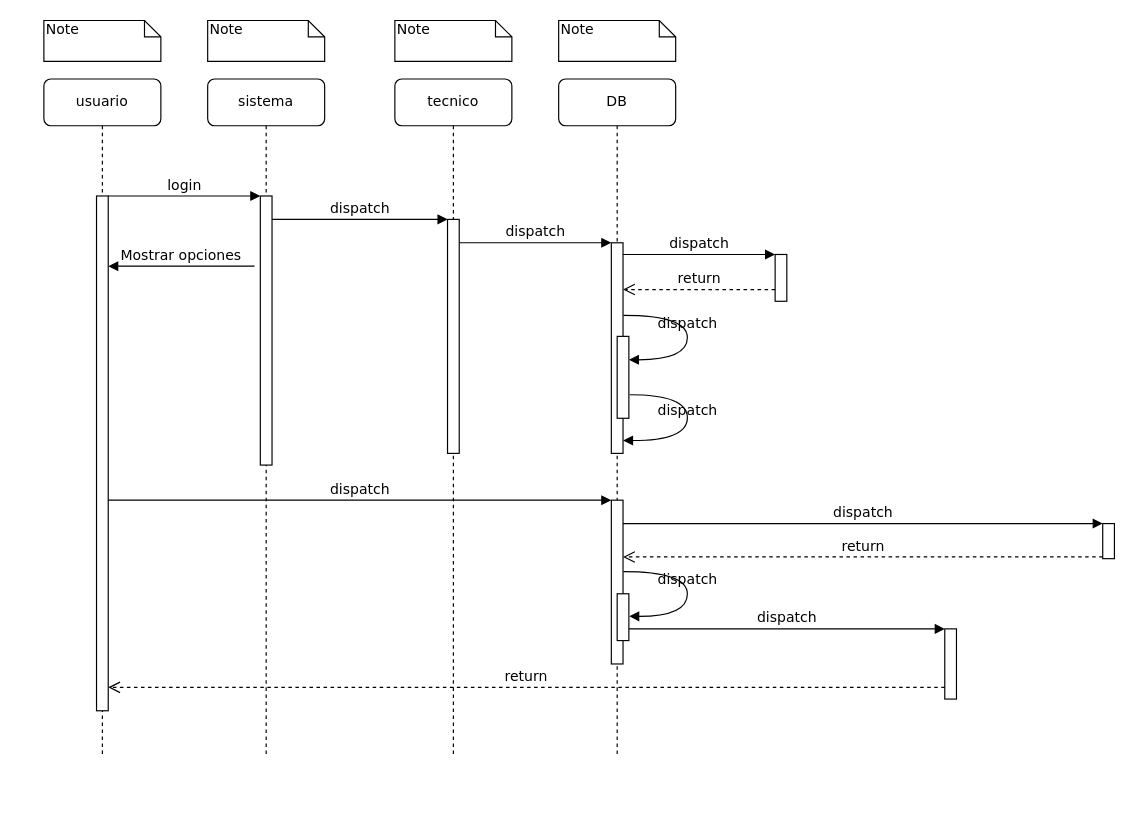
The draw.io diagram Diagrama de secuencia.drawio in lanza318/Documentacion, before the edit. Source tidied: cells renumbered, new cells numbered last; positions are measured from the earlier drawing's top-left corner, leaving out a move shared by most shapes. Both pictures are drawn from the tidied source at 117%, with x=0, y=0 at pixel (43, 20).
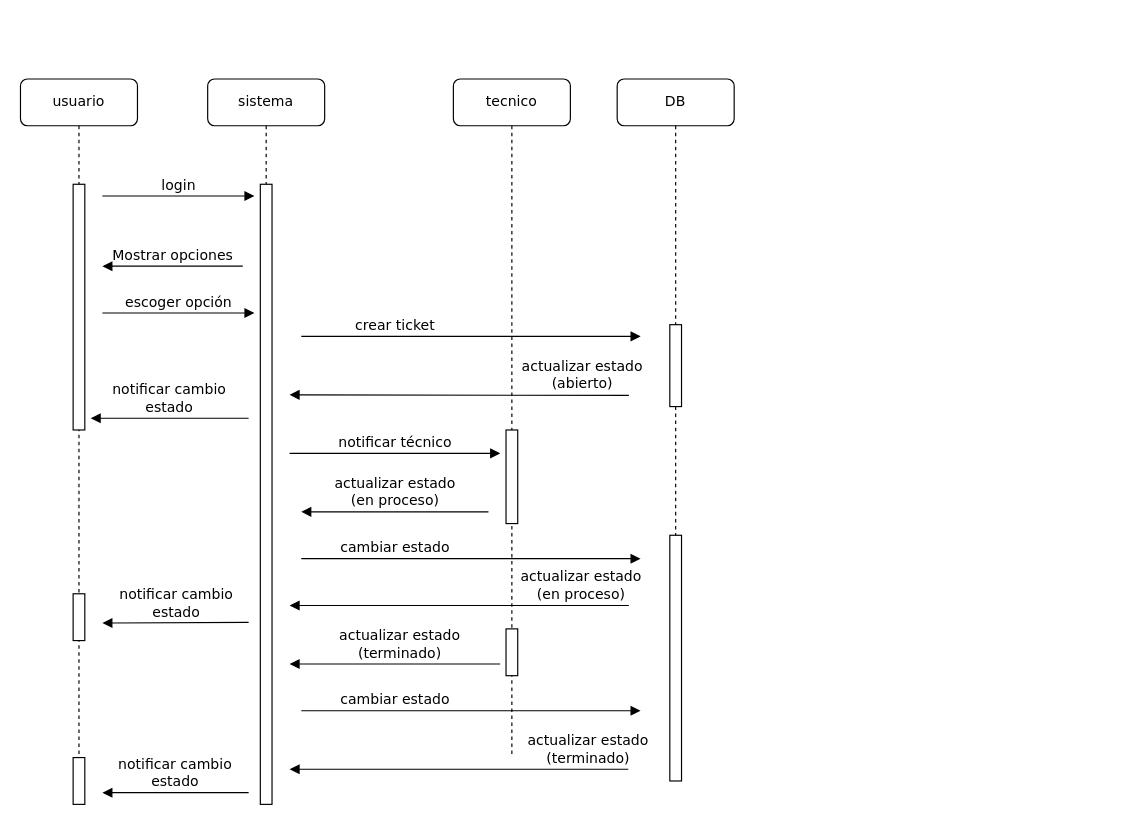
The same page after the edit.

What changed in the source:
```diff
@@
     <mxCell id="2" value="sistema" style="shape=umlLifeline;perimeter=lifelinePerimeter;whiteSpace=wrap;html=1;rounded=1;shadow=0;comic=0;labelBackgroundColor=none;strokeWidth=1;fontFamily=Verdana;fontSize=12;align=center;" parent="1" vertex="1">
-      <mxGeometry x="140" y="50" width="100" height="580" as="geometry" />
+      <mxGeometry x="140" y="50" width="100" height="620" as="geometry" />
     </mxCell>
     <mxCell id="3" style="html=1;points=[];perimeter=orthogonalPerimeter;rounded=0;shadow=0;comic=0;labelBackgroundColor=none;strokeWidth=1;fontFamily=Verdana;fontSize=12;align=center;" parent="2" vertex="1">
-      <mxGeometry x="45" y="100" width="10" height="230" as="geometry" />
+      <mxGeometry x="45" y="90" width="10" height="530" as="geometry" />
     </mxCell>
+    <mxCell id="9" value="Mostrar opciones" style="html=1;verticalAlign=bottom;endArrow=block;labelBackgroundColor=none;fontFamily=Verdana;fontSize=12;edgeStyle=elbowEdgeStyle;elbow=vertical;" parent="2" edge="1">
+      <mxGeometry relative="1" as="geometry">
+        <mxPoint x="30" y="160" as="sourcePoint" />
+        <mxPoint x="-90" y="160" as="targetPoint" />
+      </mxGeometry>
+    </mxCell>
+    <mxCell id="34" value="actualizar estado&lt;div&gt;(terminado)&lt;/div&gt;" style="html=1;verticalAlign=bottom;endArrow=block;labelBackgroundColor=none;fontFamily=Verdana;fontSize=12;edgeStyle=elbowEdgeStyle;elbow=vertical;" parent="2" edge="1">
+      <mxGeometry x="-0.04" relative="1" as="geometry">
+        <mxPoint x="250" y="500" as="sourcePoint" />
+        <mxPoint x="70" y="500" as="targetPoint" />
+      </mxGeometry>
+    </mxCell>
+    <mxCell id="35" value="cambiar estado" style="html=1;verticalAlign=bottom;endArrow=block;labelBackgroundColor=none;fontFamily=Verdana;fontSize=12;edgeStyle=elbowEdgeStyle;elbow=vertical;" parent="2" edge="1">
+      <mxGeometry x="-0.45" relative="1" as="geometry">
+        <mxPoint x="80" y="540" as="sourcePoint" />
+        <mxPoint x="370" y="540" as="targetPoint" />
+      </mxGeometry>
+    </mxCell>
+    <mxCell id="36" value="actualizar estado&lt;div&gt;(terminado)&lt;/div&gt;" style="html=1;verticalAlign=bottom;endArrow=block;labelBackgroundColor=none;fontFamily=Verdana;fontSize=12;edgeStyle=elbowEdgeStyle;elbow=vertical;" parent="2" edge="1">
+      <mxGeometry x="-0.76" relative="1" as="geometry">
+        <mxPoint x="359.5" y="590" as="sourcePoint" />
+        <mxPoint x="70" y="590" as="targetPoint" />
+        <Array as="points">
+          <mxPoint x="325" y="590" />
+        </Array>
+      </mxGeometry>
+    </mxCell>
-    <mxCell id="4" value="tecnico" style="shape=umlLifeline;perimeter=lifelinePerimeter;whiteSpace=wrap;html=1;rounded=1;shadow=0;comic=0;labelBackgroundColor=none;strokeWidth=1;fontFamily=Verdana;fontSize=12;align=center;" parent="1" vertex="1">
-      <mxGeometry x="300" y="50" width="100" height="580" as="geometry" />
+    <mxCell id="4" value="tecnico" style="shape=umlLifeline;perimeter=lifelinePerimeter;whiteSpace=wrap;html=1;rounded=1;shadow=0;comic=0;labelBackgroundColor=none;strokeWidth=1;fontFamily=Verdana;fontSize=12;align=center;strokeColor=default;" parent="1" vertex="1">
+      <mxGeometry x="350" y="50" width="100" height="580" as="geometry" />
     </mxCell>
-    <mxCell id="5" style="html=1;points=[];perimeter=orthogonalPerimeter;rounded=0;shadow=0;comic=0;labelBackgroundColor=none;strokeWidth=1;fontFamily=Verdana;fontSize=12;align=center;" parent="4" vertex="1">
-      <mxGeometry x="45" y="120" width="10" height="200" as="geometry" />
-    </mxCell>
+    <mxCell id="37" style="html=1;perimeter=orthogonalPerimeter;rounded=0;shadow=0;comic=0;labelBackgroundColor=none;strokeWidth=1;fontFamily=Verdana;fontSize=12;align=center;" parent="4" vertex="1">
+      <mxGeometry x="45" y="300" width="10" height="80" as="geometry" />
+    </mxCell>
+    <mxCell id="38" style="html=1;perimeter=orthogonalPerimeter;rounded=0;shadow=0;comic=0;labelBackgroundColor=none;strokeWidth=1;fontFamily=Verdana;fontSize=12;align=center;" parent="4" vertex="1">
+      <mxGeometry x="45" y="470" width="10" height="40" as="geometry" />
+    </mxCell>
     <mxCell id="6" value="DB" style="shape=umlLifeline;perimeter=lifelinePerimeter;whiteSpace=wrap;html=1;rounded=1;shadow=0;comic=0;labelBackgroundColor=none;strokeWidth=1;fontFamily=Verdana;fontSize=12;align=center;" parent="1" vertex="1">
-      <mxGeometry x="440" y="50" width="100" height="580" as="geometry" />
+      <mxGeometry x="490" y="50" width="100" height="580" as="geometry" />
     </mxCell>
     <mxCell id="7" value="usuario" style="shape=umlLifeline;perimeter=lifelinePerimeter;whiteSpace=wrap;html=1;rounded=1;shadow=0;comic=0;labelBackgroundColor=none;strokeWidth=1;fontFamily=Verdana;fontSize=12;align=center;" parent="1" vertex="1">
-      <mxGeometry y="50" width="100" height="580" as="geometry" />
+      <mxGeometry x="-20" y="50" width="100" height="620" as="geometry" />
     </mxCell>
     <mxCell id="8" style="html=1;points=[];perimeter=orthogonalPerimeter;rounded=0;shadow=0;comic=0;labelBackgroundColor=none;strokeWidth=1;fontFamily=Verdana;fontSize=12;align=center;" parent="7" vertex="1">
-      <mxGeometry x="45" y="100" width="10" height="440" as="geometry" />
+      <mxGeometry x="45" y="90" width="10" height="210" as="geometry" />
     </mxCell>
-    <mxCell id="9" value="Mostrar opciones" style="html=1;verticalAlign=bottom;endArrow=block;entryX=0;entryY=0;labelBackgroundColor=none;fontFamily=Verdana;fontSize=12;edgeStyle=elbowEdgeStyle;elbow=vertical;" parent="7" edge="1">
-      <mxGeometry relative="1" as="geometry">
-        <mxPoint x="180" y="160" as="sourcePoint" />
-        <mxPoint x="55" y="160" as="targetPoint" />
-      </mxGeometry>
-    </mxCell>
+    <mxCell id="39" style="html=1;perimeter=orthogonalPerimeter;rounded=0;shadow=0;comic=0;labelBackgroundColor=none;strokeWidth=1;fontFamily=Verdana;fontSize=12;align=center;" parent="7" vertex="1">
+      <mxGeometry x="45" y="440" width="10" height="40" as="geometry" />
+    </mxCell>
+    <mxCell id="40" style="html=1;perimeter=orthogonalPerimeter;rounded=0;shadow=0;comic=0;labelBackgroundColor=none;strokeWidth=1;fontFamily=Verdana;fontSize=12;align=center;" parent="7" vertex="1">
+      <mxGeometry x="45" y="580" width="10" height="40" as="geometry" />
+    </mxCell>
     <mxCell id="10" style="html=1;points=[];perimeter=orthogonalPerimeter;rounded=0;shadow=0;comic=0;labelBackgroundColor=none;strokeWidth=1;fontFamily=Verdana;fontSize=12;align=center;" parent="1" vertex="1">
-      <mxGeometry x="485" y="190" width="10" height="180" as="geometry" />
+      <mxGeometry x="535" y="260" width="10" height="70" as="geometry" />
     </mxCell>
-    <mxCell id="11" value="dispatch" style="html=1;verticalAlign=bottom;endArrow=block;labelBackgroundColor=none;fontFamily=Verdana;fontSize=12;edgeStyle=elbowEdgeStyle;elbow=vertical;" parent="1" edge="1" source="5" target="10">
-      <mxGeometry relative="1" as="geometry">
-        <Array as="points">
-          <mxPoint x="360" y="190" />
-        </Array>
-      </mxGeometry>
-    </mxCell>
-    <mxCell id="12" style="html=1;points=[];perimeter=orthogonalPerimeter;rounded=0;shadow=0;comic=0;labelBackgroundColor=none;strokeWidth=1;fontFamily=Verdana;fontSize=12;align=center;" parent="1" vertex="1">
-      <mxGeometry x="625" y="200" width="10" height="40" as="geometry" />
-    </mxCell>
-    <mxCell id="13" value="dispatch" style="html=1;verticalAlign=bottom;endArrow=block;entryX=0;entryY=0;labelBackgroundColor=none;fontFamily=Verdana;fontSize=12;edgeStyle=elbowEdgeStyle;elbow=vertical;" parent="1" edge="1" source="10" target="12">
-      <mxGeometry relative="1" as="geometry" />
-    </mxCell>
-    <mxCell id="14" value="return" style="html=1;verticalAlign=bottom;endArrow=open;dashed=1;endSize=8;labelBackgroundColor=none;fontFamily=Verdana;fontSize=12;edgeStyle=elbowEdgeStyle;elbow=vertical;" parent="1" edge="1" source="12" target="10">
-      <mxGeometry relative="1" as="geometry">
-        <Array as="points">
-          <mxPoint x="570" y="230" />
-          <mxPoint x="600" y="230" />
-        </Array>
-      </mxGeometry>
-    </mxCell>
     <mxCell id="15" style="html=1;points=[];perimeter=orthogonalPerimeter;rounded=0;shadow=0;comic=0;labelBackgroundColor=none;strokeWidth=1;fontFamily=Verdana;fontSize=12;align=center;" parent="1" vertex="1">
-      <mxGeometry x="485" y="410" width="10" height="140" as="geometry" />
+      <mxGeometry x="535" y="440" width="10" height="210" as="geometry" />
     </mxCell>
-    <mxCell id="16" value="dispatch" style="html=1;verticalAlign=bottom;endArrow=block;entryX=0;entryY=0;labelBackgroundColor=none;fontFamily=Verdana;fontSize=12;" parent="1" edge="1" source="8" target="15">
-      <mxGeometry relative="1" as="geometry" />
-    </mxCell>
-    <mxCell id="17" style="html=1;points=[];perimeter=orthogonalPerimeter;rounded=0;shadow=0;comic=0;labelBackgroundColor=none;strokeColor=#000000;strokeWidth=1;fillColor=#FFFFFF;fontFamily=Verdana;fontSize=12;fontColor=#000000;align=center;" parent="1" vertex="1">
-      <mxGeometry x="905" y="430" width="10" height="30" as="geometry" />
-    </mxCell>
-    <mxCell id="18" value="dispatch" style="html=1;verticalAlign=bottom;endArrow=block;entryX=0;entryY=0;labelBackgroundColor=none;fontFamily=Verdana;fontSize=12;" parent="1" edge="1" source="15" target="17">
-      <mxGeometry relative="1" as="geometry" />
-    </mxCell>
-    <mxCell id="19" value="return" style="html=1;verticalAlign=bottom;endArrow=open;dashed=1;endSize=8;exitX=0;exitY=0.95;labelBackgroundColor=none;fontFamily=Verdana;fontSize=12;" parent="1" edge="1" source="17" target="15">
-      <mxGeometry relative="1" as="geometry" />
-    </mxCell>
-    <mxCell id="20" style="html=1;points=[];perimeter=orthogonalPerimeter;rounded=0;shadow=0;comic=0;labelBackgroundColor=none;strokeWidth=1;fontFamily=Verdana;fontSize=12;align=center;" parent="1" vertex="1">
-      <mxGeometry x="770" y="520" width="10" height="60" as="geometry" />
-    </mxCell>
-    <mxCell id="21" value="dispatch" style="html=1;verticalAlign=bottom;endArrow=block;entryX=0;entryY=0;labelBackgroundColor=none;fontFamily=Verdana;fontSize=12;edgeStyle=elbowEdgeStyle;elbow=vertical;" parent="1" edge="1" source="28" target="20">
-      <mxGeometry relative="1" as="geometry" />
-    </mxCell>
-    <mxCell id="22" value="return" style="html=1;verticalAlign=bottom;endArrow=open;dashed=1;endSize=8;labelBackgroundColor=none;fontFamily=Verdana;fontSize=12;edgeStyle=elbowEdgeStyle;elbow=vertical;" parent="1" edge="1" source="20" target="8">
-      <mxGeometry relative="1" as="geometry">
-        <Array as="points">
-          <mxPoint x="470" y="570" />
-        </Array>
-      </mxGeometry>
-    </mxCell>
+    <mxCell id="24" value="crear ticket" style="html=1;verticalAlign=bottom;endArrow=block;labelBackgroundColor=none;fontFamily=Verdana;fontSize=12;edgeStyle=elbowEdgeStyle;elbow=vertical;" parent="1" edge="1">
+      <mxGeometry x="-0.45" relative="1" as="geometry">
+        <mxPoint x="220" y="270" as="sourcePoint" />
+        <mxPoint x="510" y="270" as="targetPoint" />
+      </mxGeometry>
+    </mxCell>
-    <mxCell id="23" value="login" style="html=1;verticalAlign=bottom;endArrow=block;entryX=0;entryY=0;labelBackgroundColor=none;fontFamily=Verdana;fontSize=12;edgeStyle=elbowEdgeStyle;elbow=vertical;" parent="1" edge="1" source="8" target="3">
-      <mxGeometry relative="1" as="geometry" />
+    <mxCell id="23" value="login" style="html=1;verticalAlign=bottom;endArrow=block;labelBackgroundColor=none;fontFamily=Verdana;fontSize=12;edgeStyle=elbowEdgeStyle;elbow=vertical;" parent="1" edge="1">
+      <mxGeometry relative="1" as="geometry">
+        <mxPoint x="50" y="150" as="sourcePoint" />
+        <mxPoint x="180" y="150" as="targetPoint" />
+      </mxGeometry>
     </mxCell>
-    <mxCell id="24" value="dispatch" style="html=1;verticalAlign=bottom;endArrow=block;entryX=0;entryY=0;labelBackgroundColor=none;fontFamily=Verdana;fontSize=12;edgeStyle=elbowEdgeStyle;elbow=vertical;" parent="1" edge="1" source="3" target="5">
-      <mxGeometry relative="1" as="geometry" />
-    </mxCell>
-    <mxCell id="25" style="html=1;points=[];perimeter=orthogonalPerimeter;rounded=0;shadow=0;comic=0;labelBackgroundColor=none;strokeWidth=1;fontFamily=Verdana;fontSize=12;align=center;" parent="1" vertex="1">
-      <mxGeometry x="490" y="270" width="10" height="70" as="geometry" />
-    </mxCell>
-    <mxCell id="26" value="dispatch" style="html=1;verticalAlign=bottom;endArrow=block;labelBackgroundColor=none;fontFamily=Verdana;fontSize=12;elbow=vertical;edgeStyle=orthogonalEdgeStyle;curved=1;entryX=1;entryY=0.286;entryPerimeter=0;exitX=1.038;exitY=0.345;exitPerimeter=0;" parent="1" edge="1" source="10" target="25">
-      <mxGeometry relative="1" as="geometry">
-        <Array as="points">
-          <mxPoint x="550" y="252" />
-          <mxPoint x="550" y="290" />
-        </Array>
-      </mxGeometry>
-    </mxCell>
-    <mxCell id="27" value="dispatch" style="html=1;verticalAlign=bottom;endArrow=block;labelBackgroundColor=none;fontFamily=Verdana;fontSize=12;elbow=vertical;edgeStyle=orthogonalEdgeStyle;curved=1;exitX=1.066;exitY=0.713;exitPerimeter=0;" parent="1" edge="1" source="25">
-      <mxGeometry relative="1" as="geometry">
-        <mxPoint x="495" y="359" as="targetPoint" />
-        <Array as="points">
-          <mxPoint x="550" y="320" />
-          <mxPoint x="550" y="359" />
-        </Array>
-      </mxGeometry>
-    </mxCell>
-    <mxCell id="28" style="html=1;points=[];perimeter=orthogonalPerimeter;rounded=0;shadow=0;comic=0;labelBackgroundColor=none;strokeWidth=1;fontFamily=Verdana;fontSize=12;align=center;" parent="1" vertex="1">
-      <mxGeometry x="490" y="490" width="10" height="40" as="geometry" />
-    </mxCell>
-    <mxCell id="29" value="dispatch" style="html=1;verticalAlign=bottom;endArrow=block;labelBackgroundColor=none;fontFamily=Verdana;fontSize=12;elbow=vertical;edgeStyle=orthogonalEdgeStyle;curved=1;entryX=1;entryY=0.286;entryPerimeter=0;exitX=1.038;exitY=0.345;exitPerimeter=0;" parent="1" edge="1">
-      <mxGeometry relative="1" as="geometry">
-        <mxPoint x="495.3" y="471" as="sourcePoint" />
-        <mxPoint x="500.3" y="509.3" as="targetPoint" />
-        <Array as="points">
-          <mxPoint x="550" y="471" />
-          <mxPoint x="550" y="509" />
-        </Array>
-      </mxGeometry>
-    </mxCell>
-    <mxCell id="30" value="Note" style="shape=note;whiteSpace=wrap;html=1;size=14;verticalAlign=top;align=left;spacingTop=-6;rounded=0;shadow=0;comic=0;labelBackgroundColor=none;strokeWidth=1;fontFamily=Verdana;fontSize=12;" parent="1" vertex="1">
-      <mxGeometry width="100" height="35" as="geometry" />
-    </mxCell>
-    <mxCell id="31" value="Note" style="shape=note;whiteSpace=wrap;html=1;size=14;verticalAlign=top;align=left;spacingTop=-6;rounded=0;shadow=0;comic=0;labelBackgroundColor=none;strokeWidth=1;fontFamily=Verdana;fontSize=12;" parent="1" vertex="1">
-      <mxGeometry x="140" width="100" height="35" as="geometry" />
-    </mxCell>
-    <mxCell id="32" value="Note" style="shape=note;whiteSpace=wrap;html=1;size=14;verticalAlign=top;align=left;spacingTop=-6;rounded=0;shadow=0;comic=0;labelBackgroundColor=none;strokeWidth=1;fontFamily=Verdana;fontSize=12;" parent="1" vertex="1">
-      <mxGeometry x="300" width="100" height="35" as="geometry" />
-    </mxCell>
-    <mxCell id="33" value="Note" style="shape=note;whiteSpace=wrap;html=1;size=14;verticalAlign=top;align=left;spacingTop=-6;rounded=0;shadow=0;comic=0;labelBackgroundColor=none;strokeWidth=1;fontFamily=Verdana;fontSize=12;" parent="1" vertex="1">
-      <mxGeometry x="440" width="100" height="35" as="geometry" />
-    </mxCell>
+    <mxCell id="41" value="escoger opción" style="html=1;verticalAlign=bottom;endArrow=block;labelBackgroundColor=none;fontFamily=Verdana;fontSize=12;edgeStyle=elbowEdgeStyle;elbow=vertical;" parent="1" edge="1">
+      <mxGeometry relative="1" as="geometry">
+        <mxPoint x="50" y="250" as="sourcePoint" />
+        <mxPoint x="180" y="250" as="targetPoint" />
+      </mxGeometry>
+    </mxCell>
+    <mxCell id="42" value="actualizar estado&lt;div&gt;(en proceso)&lt;/div&gt;" style="html=1;verticalAlign=bottom;endArrow=block;labelBackgroundColor=none;fontFamily=Verdana;fontSize=12;edgeStyle=elbowEdgeStyle;elbow=vertical;" parent="1" edge="1">
+      <mxGeometry relative="1" as="geometry">
+        <mxPoint x="380" y="420" as="sourcePoint" />
+        <mxPoint x="220" y="420" as="targetPoint" />
+        <Array as="points">
+          <mxPoint x="335" y="420" />
+        </Array>
+      </mxGeometry>
+    </mxCell>
+    <mxCell id="43" value="cambiar estado" style="html=1;verticalAlign=bottom;endArrow=block;labelBackgroundColor=none;fontFamily=Verdana;fontSize=12;edgeStyle=elbowEdgeStyle;elbow=vertical;" parent="1" edge="1">
+      <mxGeometry x="-0.45" relative="1" as="geometry">
+        <mxPoint x="220" y="460" as="sourcePoint" />
+        <mxPoint x="510" y="460" as="targetPoint" />
+      </mxGeometry>
+    </mxCell>
+    <mxCell id="44" value="actualizar estado&lt;div&gt;(abierto)&lt;/div&gt;" style="html=1;verticalAlign=bottom;endArrow=block;labelBackgroundColor=none;fontFamily=Verdana;fontSize=12;edgeStyle=elbowEdgeStyle;elbow=vertical;" parent="1" edge="1">
+      <mxGeometry x="-0.72" relative="1" as="geometry">
+        <mxPoint x="500" y="320.5" as="sourcePoint" />
+        <mxPoint x="210" y="320" as="targetPoint" />
+      </mxGeometry>
+    </mxCell>
+    <mxCell id="45" value="notificar cambio&lt;div&gt;estado&lt;/div&gt;" style="html=1;verticalAlign=bottom;endArrow=block;labelBackgroundColor=none;fontFamily=Verdana;fontSize=12;edgeStyle=elbowEdgeStyle;elbow=vertical;" parent="1" edge="1">
+      <mxGeometry relative="1" as="geometry">
+        <mxPoint x="175" y="340" as="sourcePoint" />
+        <mxPoint x="40" y="340" as="targetPoint" />
+      </mxGeometry>
+    </mxCell>
+    <mxCell id="46" value="notificar té&lt;span style=&quot;background-color: initial;&quot;&gt;cnico&lt;/span&gt;" style="html=1;verticalAlign=bottom;endArrow=block;labelBackgroundColor=none;fontFamily=Verdana;fontSize=12;edgeStyle=elbowEdgeStyle;elbow=vertical;" parent="1" edge="1">
+      <mxGeometry relative="1" as="geometry">
+        <mxPoint x="210" y="370" as="sourcePoint" />
+        <mxPoint x="390" y="370" as="targetPoint" />
+      </mxGeometry>
+    </mxCell>
+    <mxCell id="47" value="actualizar estado&lt;div&gt;(en proceso)&lt;/div&gt;" style="html=1;verticalAlign=bottom;endArrow=block;labelBackgroundColor=none;fontFamily=Verdana;fontSize=12;edgeStyle=elbowEdgeStyle;elbow=vertical;" parent="1" edge="1">
+      <mxGeometry x="-0.72" relative="1" as="geometry">
+        <mxPoint x="500" y="500" as="sourcePoint" />
+        <mxPoint x="210" y="500" as="targetPoint" />
+        <Array as="points">
+          <mxPoint x="465.5" y="500" />
+        </Array>
+      </mxGeometry>
+    </mxCell>
+    <mxCell id="48" value="notificar cambio&lt;div&gt;estado&lt;/div&gt;" style="html=1;verticalAlign=bottom;endArrow=block;labelBackgroundColor=none;fontFamily=Verdana;fontSize=12;edgeStyle=elbowEdgeStyle;elbow=vertical;" parent="1" edge="1">
+      <mxGeometry relative="1" as="geometry">
+        <mxPoint x="175" y="514.5" as="sourcePoint" />
+        <mxPoint x="50" y="514.5" as="targetPoint" />
+      </mxGeometry>
+    </mxCell>
+    <mxCell id="49" value="notificar cambio&lt;div&gt;estado&lt;/div&gt;" style="html=1;verticalAlign=bottom;endArrow=block;labelBackgroundColor=none;fontFamily=Verdana;fontSize=12;edgeStyle=elbowEdgeStyle;elbow=vertical;" parent="1" edge="1">
+      <mxGeometry relative="1" as="geometry">
+        <mxPoint x="175" y="660" as="sourcePoint" />
+        <mxPoint x="50" y="660" as="targetPoint" />
+      </mxGeometry>
+    </mxCell>
```
